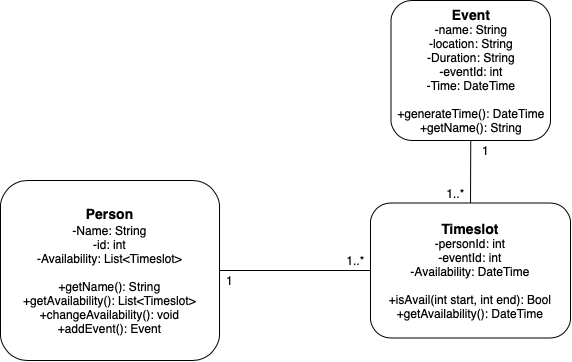
Above: docs/UMLIteration2.png in kavbansal/prioriteams (draw.io), before the change. Source tidied: cells renumbered, new cells last; positions are measured from the earlier drawing's top-left corner, leaving out a move shared by most shapes. The source it was exported from:
```xml
<mxGraphModel>
  <root>
    <mxCell id="0" />
    <mxCell id="1" parent="0" />
    <mxCell id="2" value="&lt;b style=&quot;font-size: 14px&quot;&gt;&lt;font style=&quot;font-size: 14px&quot;&gt;Person&lt;/font&gt;&lt;/b&gt;&lt;font style=&quot;font-size: 14px&quot;&gt;&lt;font style=&quot;font-size: 14px&quot;&gt;&lt;br&gt;&lt;/font&gt;&lt;font style=&quot;font-size: 12px&quot;&gt;-Name: String&lt;br&gt;&lt;/font&gt;&lt;/font&gt;&lt;font style=&quot;font-size: 12px&quot;&gt;&lt;font style=&quot;font-size: 12px&quot;&gt;-id: int&lt;br&gt;-Availability: List&amp;lt;Timeslot&amp;gt;&lt;/font&gt;&lt;br&gt;&lt;/font&gt;&lt;font style=&quot;font-size: 12px&quot;&gt;&lt;br&gt;&lt;font style=&quot;font-size: 12px&quot;&gt;+&lt;/font&gt;&lt;font style=&quot;font-size: 12px&quot;&gt;getName&lt;/font&gt;(): &lt;font style=&quot;font-size: 12px&quot;&gt;String&lt;/font&gt;&lt;br&gt;+getAvailability(): List&amp;lt;Timeslot&amp;gt;&lt;br&gt;+changeAvailability(): void&lt;br&gt;+addEvent(): Event&lt;br&gt;&lt;/font&gt;" style="rounded=1;whiteSpace=wrap;html=1;" parent="1" vertex="1">
      <mxGeometry y="180" width="219" height="180" as="geometry" />
    </mxCell>
    <mxCell id="3" value="&lt;b&gt;&lt;font style=&quot;font-size: 14px&quot;&gt;Timeslot&lt;/font&gt;&lt;/b&gt;&lt;br&gt;&lt;font style=&quot;font-size: 12px&quot;&gt;&lt;font style=&quot;font-size: 12px&quot;&gt;-personId: int&lt;br&gt;-eventId: int&lt;/font&gt;&lt;br&gt;&lt;/font&gt;&lt;font style=&quot;font-size: 12px&quot;&gt;&lt;font style=&quot;font-size: 12px&quot;&gt;-Availability: DateTime&lt;/font&gt;&lt;br&gt;&lt;br&gt;&lt;font style=&quot;font-size: 12px&quot;&gt;+isAvail(int start, int end): Bool&lt;/font&gt;&lt;br&gt;&lt;font style=&quot;font-size: 12px&quot;&gt;+getAvailability(): DateTime&lt;/font&gt;&lt;br&gt;&lt;/font&gt;" style="rounded=1;whiteSpace=wrap;html=1;" parent="1" vertex="1">
      <mxGeometry x="370" y="202.5" width="200" height="135" as="geometry" />
    </mxCell>
    <mxCell id="4" value="&lt;b&gt;&lt;font style=&quot;font-size: 14px&quot;&gt;Event&lt;/font&gt;&lt;/b&gt;&lt;br&gt;&lt;font style=&quot;font-size: 12px&quot;&gt;-&lt;/font&gt;&lt;font style=&quot;font-size: 12px&quot;&gt;&lt;font style=&quot;font-size: 12px&quot;&gt;name: String&lt;br&gt;-location: String&lt;br&gt;-Duration: String&lt;br&gt;-eventId: int&lt;br&gt;-Time: DateTime&lt;br&gt;&lt;br&gt;+generateTime(): DateTime&lt;br&gt;+getName(): String&lt;/font&gt;&lt;br&gt;&lt;/font&gt;" style="rounded=1;whiteSpace=wrap;html=1;" parent="1" vertex="1">
      <mxGeometry x="390.5" width="159.5" height="140" as="geometry" />
    </mxCell>
    <mxCell id="5" style="endArrow=none;html=1;entryX=0;entryY=0.5;entryDx=0;entryDy=0;exitX=1;exitY=0.5;exitDx=0;exitDy=0;" parent="1" edge="1" source="2" target="3">
      <mxGeometry relative="1" as="geometry" />
    </mxCell>
    <mxCell id="6" value="1..*" style="text;html=1;align=center;verticalAlign=middle;" parent="1" vertex="1">
      <mxGeometry x="340" y="250" width="30" height="20" as="geometry" />
    </mxCell>
    <mxCell id="7" style="endArrow=none;html=1;entryX=0.5;entryY=1;entryDx=0;entryDy=0;" parent="1" edge="1" target="4">
      <mxGeometry relative="1" as="geometry">
        <mxPoint x="470" y="202.5" as="sourcePoint" />
      </mxGeometry>
    </mxCell>
    <mxCell id="8" value="1" style="text;html=1;align=center;verticalAlign=middle;" parent="1" vertex="1">
      <mxGeometry x="475" y="140" width="20" height="20" as="geometry" />
    </mxCell>
    <mxCell id="9" value="1" style="text;html=1;align=center;verticalAlign=middle;" parent="1" vertex="1">
      <mxGeometry x="219" y="270" width="20" height="20" as="geometry" />
    </mxCell>
    <mxCell id="10" value="1..*" style="text;html=1;align=center;verticalAlign=middle;" parent="1" vertex="1">
      <mxGeometry x="440" y="182.5" width="30" height="20" as="geometry" />
    </mxCell>
  </root>
</mxGraphModel>
```
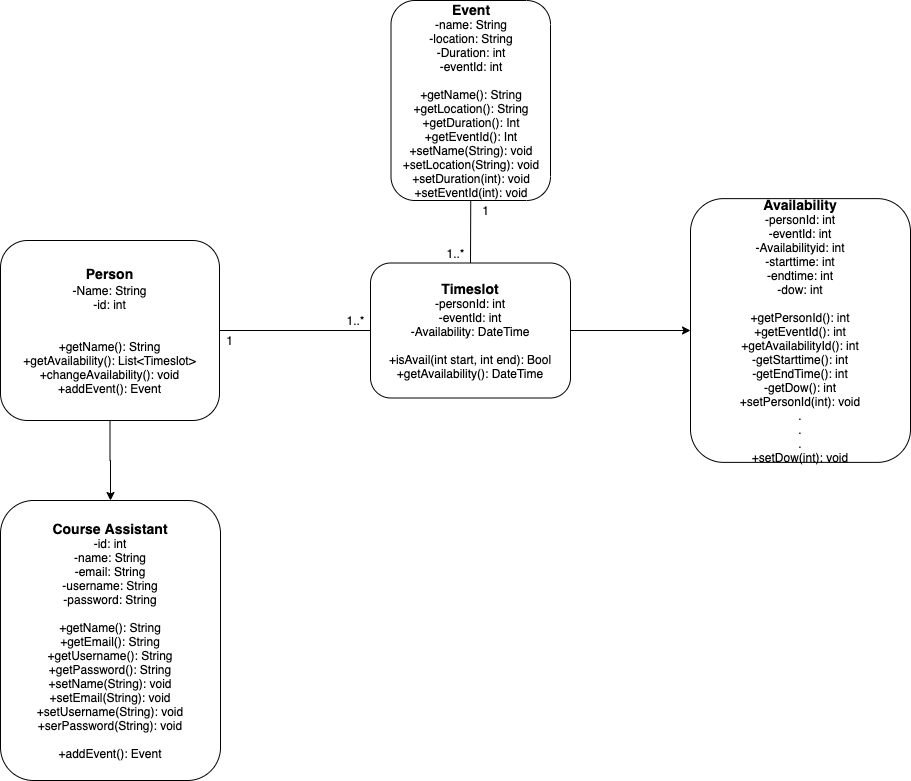
The same file after the commit.

Change to the diagram source:
```diff
@@ -2,14 +2,26 @@
   <root>
     <mxCell id="0" />
     <mxCell id="1" parent="0" />
+    <mxCell id="11" style="edgeStyle=orthogonalEdgeStyle;rounded=0;jettySize=auto;html=1;" parent="1" edge="1" source="2" target="12">
+      <mxGeometry relative="1" as="geometry" />
+    </mxCell>
-    <mxCell id="2" value="&lt;b style=&quot;font-size: 14px&quot;&gt;&lt;font style=&quot;font-size: 14px&quot;&gt;Person&lt;/font&gt;&lt;/b&gt;&lt;font style=&quot;font-size: 14px&quot;&gt;&lt;font style=&quot;font-size: 14px&quot;&gt;&lt;br&gt;&lt;/font&gt;&lt;font style=&quot;font-size: 12px&quot;&gt;-Name: String&lt;br&gt;&lt;/font&gt;&lt;/font&gt;&lt;font style=&quot;font-size: 12px&quot;&gt;&lt;font style=&quot;font-size: 12px&quot;&gt;-id: int&lt;br&gt;-Availability: List&amp;lt;Timeslot&amp;gt;&lt;/font&gt;&lt;br&gt;&lt;/font&gt;&lt;font style=&quot;font-size: 12px&quot;&gt;&lt;br&gt;&lt;font style=&quot;font-size: 12px&quot;&gt;+&lt;/font&gt;&lt;font style=&quot;font-size: 12px&quot;&gt;getName&lt;/font&gt;(): &lt;font style=&quot;font-size: 12px&quot;&gt;String&lt;/font&gt;&lt;br&gt;+getAvailability(): List&amp;lt;Timeslot&amp;gt;&lt;br&gt;+changeAvailability(): void&lt;br&gt;+addEvent(): Event&lt;br&gt;&lt;/font&gt;" style="rounded=1;whiteSpace=wrap;html=1;" parent="1" vertex="1">
+    <mxCell id="2" value="&lt;b style=&quot;font-size: 14px&quot;&gt;&lt;font style=&quot;font-size: 14px&quot;&gt;Person&lt;/font&gt;&lt;/b&gt;&lt;font style=&quot;font-size: 14px&quot;&gt;&lt;font style=&quot;font-size: 14px&quot;&gt;&lt;br&gt;&lt;/font&gt;&lt;font style=&quot;font-size: 12px&quot;&gt;-Name: String&lt;br&gt;&lt;/font&gt;&lt;/font&gt;&lt;font style=&quot;font-size: 12px&quot;&gt;&lt;font style=&quot;font-size: 12px&quot;&gt;-id: int&lt;br&gt;&lt;/font&gt;&lt;br&gt;&lt;/font&gt;&lt;font style=&quot;font-size: 12px&quot;&gt;&lt;br&gt;&lt;font style=&quot;font-size: 12px&quot;&gt;+&lt;/font&gt;&lt;font style=&quot;font-size: 12px&quot;&gt;getName&lt;/font&gt;(): &lt;font style=&quot;font-size: 12px&quot;&gt;String&lt;/font&gt;&lt;br&gt;+getAvailability(): List&amp;lt;Timeslot&amp;gt;&lt;br&gt;+changeAvailability(): void&lt;br&gt;+addEvent(): Event&lt;br&gt;&lt;/font&gt;" style="rounded=1;whiteSpace=wrap;html=1;" parent="1" vertex="1">
       <mxGeometry y="180" width="219" height="180" as="geometry" />
     </mxCell>
+    <mxCell id="12" value="&lt;b style=&quot;font-size: 14px&quot;&gt;&lt;font style=&quot;font-size: 14px&quot;&gt;Course Assistant&lt;/font&gt;&lt;/b&gt;&lt;font style=&quot;font-size: 14px&quot;&gt;&lt;font style=&quot;font-size: 12px&quot;&gt;&lt;br&gt;&lt;/font&gt;&lt;/font&gt;&lt;font style=&quot;font-size: 12px&quot;&gt;&lt;font style=&quot;font-size: 12px&quot;&gt;-id: int&lt;br&gt;&lt;/font&gt;-name: String&lt;br&gt;-email: String&lt;br&gt;-username: String&lt;br&gt;-password: String&lt;br&gt;&lt;/font&gt;&lt;font style=&quot;font-size: 12px&quot;&gt;&lt;br&gt;&lt;font style=&quot;font-size: 12px&quot;&gt;+&lt;/font&gt;&lt;font style=&quot;font-size: 12px&quot;&gt;getName&lt;/font&gt;(): &lt;font style=&quot;font-size: 12px&quot;&gt;String&lt;/font&gt;&lt;br&gt;+getEmail(): String&lt;br&gt;+getUsername(): String&lt;br&gt;+getPassword(): String&lt;br&gt;+setName(String): void&lt;br&gt;+setEmail(String): void&lt;br&gt;+setUsername(String): void&lt;br&gt;+serPassword(String): void&lt;br&gt;&lt;br&gt;+addEvent(): Event&lt;br&gt;&lt;/font&gt;" style="rounded=1;whiteSpace=wrap;html=1;" parent="1" vertex="1">
+      <mxGeometry y="440" width="220" height="280" as="geometry" />
+    </mxCell>
+    <mxCell id="13" style="edgeStyle=orthogonalEdgeStyle;rounded=0;jettySize=auto;html=1;" parent="1" edge="1" source="3" target="14">
+      <mxGeometry relative="1" as="geometry" />
+    </mxCell>
     <mxCell id="3" value="&lt;b&gt;&lt;font style=&quot;font-size: 14px&quot;&gt;Timeslot&lt;/font&gt;&lt;/b&gt;&lt;br&gt;&lt;font style=&quot;font-size: 12px&quot;&gt;&lt;font style=&quot;font-size: 12px&quot;&gt;-personId: int&lt;br&gt;-eventId: int&lt;/font&gt;&lt;br&gt;&lt;/font&gt;&lt;font style=&quot;font-size: 12px&quot;&gt;&lt;font style=&quot;font-size: 12px&quot;&gt;-Availability: DateTime&lt;/font&gt;&lt;br&gt;&lt;br&gt;&lt;font style=&quot;font-size: 12px&quot;&gt;+isAvail(int start, int end): Bool&lt;/font&gt;&lt;br&gt;&lt;font style=&quot;font-size: 12px&quot;&gt;+getAvailability(): DateTime&lt;/font&gt;&lt;br&gt;&lt;/font&gt;" style="rounded=1;whiteSpace=wrap;html=1;" parent="1" vertex="1">
       <mxGeometry x="370" y="202.5" width="200" height="135" as="geometry" />
     </mxCell>
+    <mxCell id="14" value="&lt;span style=&quot;font-size: 14px&quot;&gt;&lt;b&gt;Availability&lt;/b&gt;&lt;/span&gt;&lt;br&gt;&lt;font style=&quot;font-size: 12px&quot;&gt;&lt;font style=&quot;font-size: 12px&quot;&gt;-personId: int&lt;br&gt;-eventId: int&lt;/font&gt;&lt;br&gt;&lt;/font&gt;&lt;font style=&quot;font-size: 12px&quot;&gt;&lt;font style=&quot;font-size: 12px&quot;&gt;-Availabilityid: int&lt;br&gt;&lt;/font&gt;-starttime: int&lt;br&gt;-endtime: int&lt;br&gt;-dow: int&lt;br&gt;&lt;br&gt;&lt;font style=&quot;font-size: 12px&quot;&gt;+getPersonId(): int&lt;br&gt;&lt;/font&gt;+getEventId(): int&lt;br&gt;+getAvailabilityId(): int&lt;br&gt;-getStarttime(): int&lt;br&gt;-getEndTime(): int&lt;br&gt;-getDow(): int&lt;br&gt;+setPersonId(int): void&lt;br&gt;.&lt;br&gt;.&lt;br&gt;.&lt;br&gt;+setDow(int): void&lt;br&gt;&lt;/font&gt;" style="rounded=1;whiteSpace=wrap;html=1;" parent="1" vertex="1">
+      <mxGeometry x="690" y="138.1" width="220" height="263.8" as="geometry" />
+    </mxCell>
-    <mxCell id="4" value="&lt;b&gt;&lt;font style=&quot;font-size: 14px&quot;&gt;Event&lt;/font&gt;&lt;/b&gt;&lt;br&gt;&lt;font style=&quot;font-size: 12px&quot;&gt;-&lt;/font&gt;&lt;font style=&quot;font-size: 12px&quot;&gt;&lt;font style=&quot;font-size: 12px&quot;&gt;name: String&lt;br&gt;-location: String&lt;br&gt;-Duration: String&lt;br&gt;-eventId: int&lt;br&gt;-Time: DateTime&lt;br&gt;&lt;br&gt;+generateTime(): DateTime&lt;br&gt;+getName(): String&lt;/font&gt;&lt;br&gt;&lt;/font&gt;" style="rounded=1;whiteSpace=wrap;html=1;" parent="1" vertex="1">
-      <mxGeometry x="390.5" width="159.5" height="140" as="geometry" />
+    <mxCell id="4" value="&lt;b&gt;&lt;font style=&quot;font-size: 14px&quot;&gt;Event&lt;/font&gt;&lt;/b&gt;&lt;br&gt;&lt;font style=&quot;font-size: 12px&quot;&gt;-&lt;/font&gt;&lt;font style=&quot;font-size: 12px&quot;&gt;&lt;font style=&quot;font-size: 12px&quot;&gt;name: String&lt;br&gt;-location: String&lt;br&gt;-Duration: int&lt;br&gt;-eventId: int&lt;br&gt;&lt;br&gt;+getName(): String&lt;br&gt;&lt;/font&gt;+getLocation(): String&lt;br&gt;+getDuration(): Int&lt;br&gt;+getEventId(): Int&lt;br&gt;+setName(String): void&lt;br&gt;+setLocation(String): void&lt;br&gt;+setDuration(int): void&lt;br&gt;+setEventId(int): void&lt;br&gt;&lt;/font&gt;" style="rounded=1;whiteSpace=wrap;html=1;" parent="1" vertex="1">
+      <mxGeometry x="390.5" y="-60" width="159.5" height="200" as="geometry" />
     </mxCell>
     <mxCell id="5" style="endArrow=none;html=1;entryX=0;entryY=0.5;entryDx=0;entryDy=0;exitX=1;exitY=0.5;exitDx=0;exitDy=0;" parent="1" edge="1" source="2" target="3">
       <mxGeometry relative="1" as="geometry" />
```
